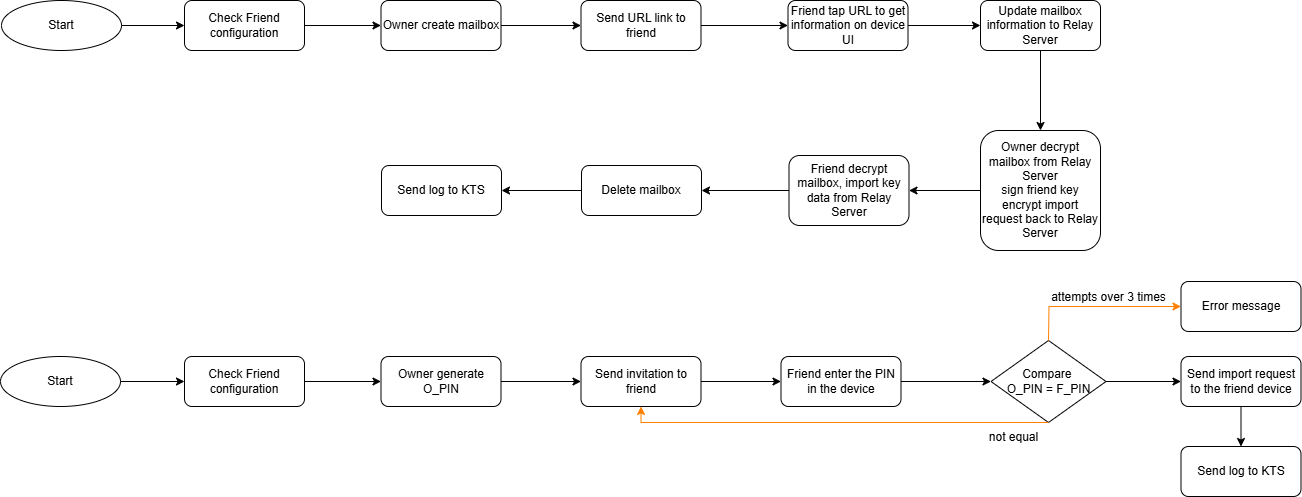
Above: Present_KeySharing.drawio.png in LaurenHsu31/DKC (draw.io), before the change. Source tidied: cells renumbered, new cells last; positions are measured from the earlier drawing's top-left corner, leaving out a move shared by most shapes.
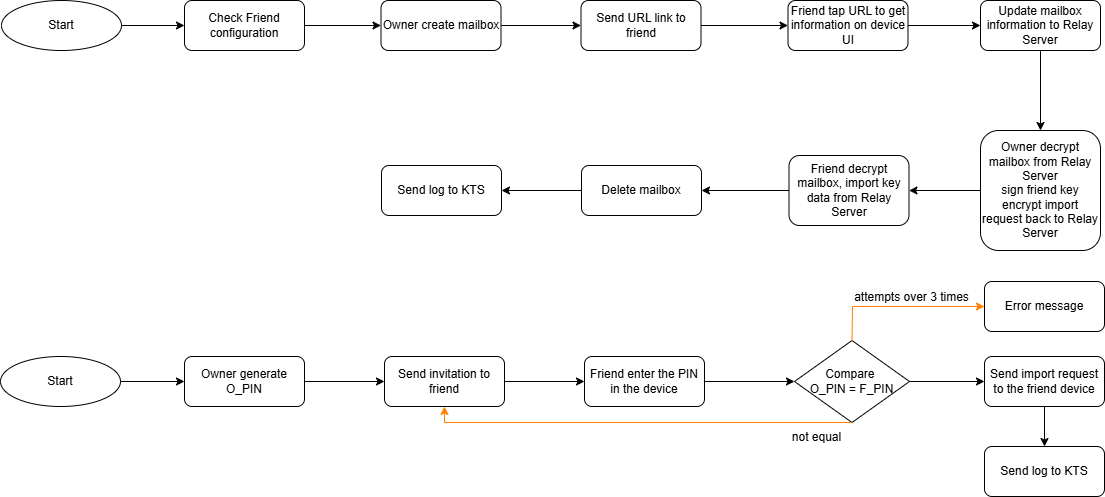
The same diagram one commit later.

Change to the diagram source:
```diff
@@ -6,19 +6,16 @@
       <mxGeometry y="356" width="120" height="50" as="geometry" />
     </mxCell>
     <mxCell id="3" value="Owner generate O_PIN" style="rounded=1;whiteSpace=wrap;html=1;" parent="1" vertex="1">
-      <mxGeometry x="380.5" y="356" width="120" height="50" as="geometry" />
+      <mxGeometry x="184" y="356" width="120" height="50" as="geometry" />
     </mxCell>
-    <mxCell id="4" style="endArrow=classic;html=1;rounded=0;exitX=1;exitY=0.5;exitDx=0;exitDy=0;entryX=0;entryY=0.5;entryDx=0;entryDy=0;" parent="1" edge="1" source="39" target="3">
-      <mxGeometry relative="1" as="geometry" />
-    </mxCell>
     <mxCell id="5" value="Send invitation to friend" style="rounded=1;whiteSpace=wrap;html=1;" parent="1" vertex="1">
-      <mxGeometry x="580.5" y="356" width="120" height="50" as="geometry" />
+      <mxGeometry x="384" y="356" width="120" height="50" as="geometry" />
     </mxCell>
     <mxCell id="6" style="endArrow=classic;html=1;rounded=0;exitX=1;exitY=0.5;exitDx=0;exitDy=0;entryX=0;entryY=0.5;entryDx=0;entryDy=0;" parent="1" edge="1" source="3" target="5">
       <mxGeometry relative="1" as="geometry" />
     </mxCell>
     <mxCell id="7" value="Friend enter the PIN in the device" style="rounded=1;whiteSpace=wrap;html=1;" parent="1" vertex="1">
-      <mxGeometry x="780.5" y="356" width="120" height="50" as="geometry" />
+      <mxGeometry x="584" y="356" width="120" height="50" as="geometry" />
     </mxCell>
     <mxCell id="8" style="endArrow=classic;html=1;rounded=0;exitX=1;exitY=0.5;exitDx=0;exitDy=0;entryX=0;entryY=0.5;entryDx=0;entryDy=0;" parent="1" edge="1" source="5" target="7">
       <mxGeometry relative="1" as="geometry" />
@@ -27,42 +24,42 @@
       <mxGeometry relative="1" as="geometry" />
     </mxCell>
     <mxCell id="10" value="Compare&amp;nbsp;&lt;div&gt;O_PIN = F_PIN&lt;/div&gt;" style="rhombus;whiteSpace=wrap;html=1;" parent="1" vertex="1">
-      <mxGeometry x="990.5" y="340" width="115" height="82" as="geometry" />
+      <mxGeometry x="794" y="340" width="115" height="82" as="geometry" />
     </mxCell>
     <mxCell id="11" style="endArrow=classic;html=1;rounded=0;exitX=0.5;exitY=1;exitDx=0;exitDy=0;entryX=0.5;entryY=1;entryDx=0;entryDy=0;strokeColor=#FF8000;" parent="1" edge="1" source="10" target="5">
       <mxGeometry relative="1" as="geometry">
         <Array as="points">
-          <mxPoint x="640.5" y="422" />
+          <mxPoint x="444" y="422" />
         </Array>
       </mxGeometry>
     </mxCell>
     <mxCell id="12" value="not equal" style="text;html=1;align=center;verticalAlign=middle;strokeColor=none;fillColor=none;" parent="1" vertex="1">
-      <mxGeometry x="977.5" y="422" width="70" height="30" as="geometry" />
+      <mxGeometry x="781" y="422" width="70" height="30" as="geometry" />
     </mxCell>
     <mxCell id="13" value="Send import request to the friend device" style="rounded=1;whiteSpace=wrap;html=1;" parent="1" vertex="1">
-      <mxGeometry x="1180.5" y="356" width="120" height="50" as="geometry" />
+      <mxGeometry x="984" y="356" width="120" height="50" as="geometry" />
     </mxCell>
     <mxCell id="14" style="endArrow=classic;html=1;rounded=0;exitX=1;exitY=0.5;exitDx=0;exitDy=0;entryX=0;entryY=0.5;entryDx=0;entryDy=0;" parent="1" edge="1" source="10" target="13">
       <mxGeometry relative="1" as="geometry" />
     </mxCell>
     <mxCell id="15" value="Send log to KTS" style="rounded=1;whiteSpace=wrap;html=1;" parent="1" vertex="1">
-      <mxGeometry x="1180.5" y="446" width="120" height="50" as="geometry" />
+      <mxGeometry x="984" y="446" width="120" height="50" as="geometry" />
     </mxCell>
     <mxCell id="16" style="endArrow=classic;html=1;rounded=0;entryX=0.5;entryY=0;entryDx=0;entryDy=0;exitX=0.5;exitY=1;exitDx=0;exitDy=0;" parent="1" edge="1" source="13" target="15">
       <mxGeometry relative="1" as="geometry" />
     </mxCell>
     <mxCell id="17" value="Error message" style="rounded=1;whiteSpace=wrap;html=1;" parent="1" vertex="1">
-      <mxGeometry x="1180.5" y="281" width="120" height="50" as="geometry" />
+      <mxGeometry x="984" y="281" width="120" height="50" as="geometry" />
     </mxCell>
     <mxCell id="18" style="endArrow=classic;html=1;rounded=0;exitX=0.5;exitY=0;exitDx=0;exitDy=0;entryX=0;entryY=0.5;entryDx=0;entryDy=0;strokeColor=#FF8000;" parent="1" edge="1" source="10" target="17">
       <mxGeometry relative="1" as="geometry">
         <Array as="points">
-          <mxPoint x="1048.5" y="306" />
+          <mxPoint x="852" y="306" />
         </Array>
       </mxGeometry>
     </mxCell>
     <mxCell id="19" value="attempts over 3 times" style="text;html=1;align=center;verticalAlign=middle;strokeColor=none;fillColor=none;" parent="1" vertex="1">
-      <mxGeometry x="1037.5" y="282" width="140" height="30" as="geometry" />
+      <mxGeometry x="841" y="282" width="140" height="30" as="geometry" />
     </mxCell>
     <mxCell id="20" value="Start" style="ellipse;whiteSpace=wrap;html=1;" parent="1" vertex="1">
       <mxGeometry x="1" width="120" height="50" as="geometry" />
@@ -121,10 +118,7 @@
     <mxCell id="38" style="endArrow=classic;html=1;rounded=0;exitX=1;exitY=0.5;exitDx=0;exitDy=0;entryX=0;entryY=0.5;entryDx=0;entryDy=0;" parent="1" edge="1" source="20" target="37">
       <mxGeometry relative="1" as="geometry" />
     </mxCell>
-    <mxCell id="39" value="Check Friend configuration" style="rounded=1;whiteSpace=wrap;html=1;" parent="1" vertex="1">
-      <mxGeometry x="184" y="356" width="120" height="50" as="geometry" />
-    </mxCell>
-    <mxCell id="40" style="endArrow=classic;html=1;rounded=0;exitX=1;exitY=0.5;exitDx=0;exitDy=0;entryX=0;entryY=0.5;entryDx=0;entryDy=0;" parent="1" edge="1" source="2" target="39">
+    <mxCell id="40" style="endArrow=classic;html=1;rounded=0;exitX=1;exitY=0.5;exitDx=0;exitDy=0;entryX=0;entryY=0.5;entryDx=0;entryDy=0;" parent="1" edge="1" source="2" target="3">
       <mxGeometry relative="1" as="geometry" />
     </mxCell>
   </root>
```
